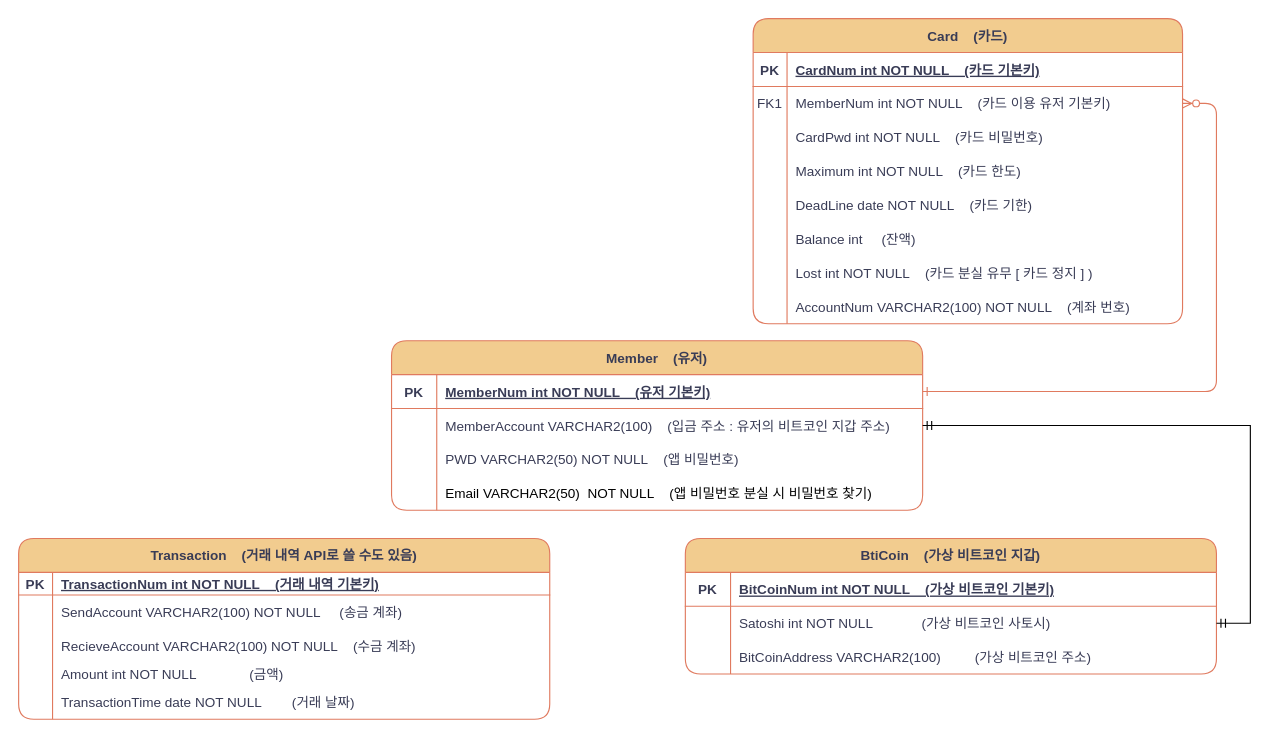
This is 제목 없는 다이어그램.drawio from jooooooowon/sinhan, a draw.io file, before an edit. Source tidied: cells renumbered, new cells numbered last; positions are measured from the earlier drawing's top-left corner, leaving out a move shared by most shapes. Both pictures are drawn from the tidied source at 113%, with x=0, y=0 at pixel (18, 18).
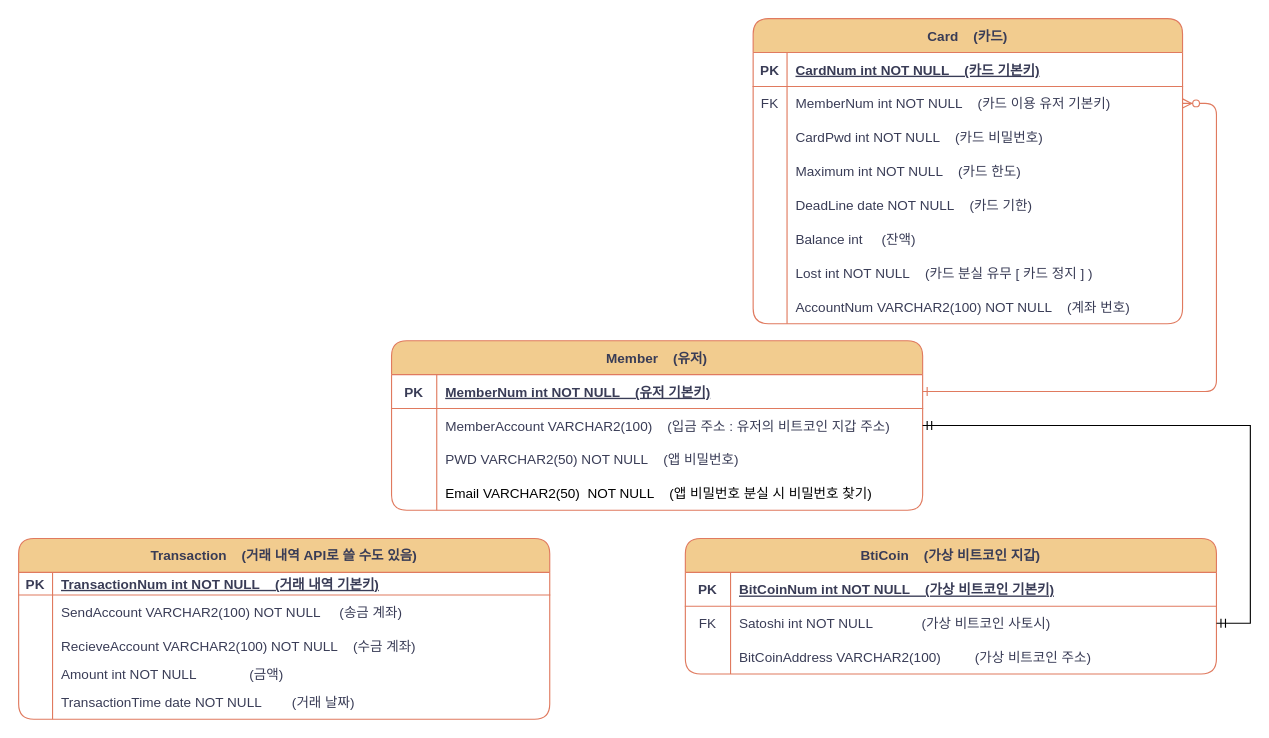
The same page after the edit.

Commit message:
신한 해커톤

The change refers to these unchanged cells:
```xml
<mxCell id="7" style="shape=partialRectangle;fillColor=none;points=[[0,0.5],[1,0.5]];portConstraint=eastwest;top=0;left=0;right=0;bottom=0;labelBackgroundColor=none;strokeColor=#E07A5F;fontColor=#393C56;rounded=1;" parent="3" vertex="1">
  <mxGeometry y="60" width="380" height="30" as="geometry" />
</mxCell>
<mxCell id="61" style="shape=tableRow;horizontal=0;startSize=0;swimlaneHead=0;swimlaneBody=0;fillColor=none;points=[[0,0.5],[1,0.5]];portConstraint=eastwest;top=0;left=0;right=0;bottom=0;labelBackgroundColor=none;strokeColor=#E07A5F;fontColor=#393C56;rounded=1;" parent="57" vertex="1">
  <mxGeometry y="60" width="470" height="30" as="geometry" />
</mxCell>
```

What changed in the source:
```diff
@@
-    <mxCell id="8" value="FK1" style="shape=partialRectangle;overflow=hidden;fillColor=none;top=0;left=0;bottom=0;right=0;labelBackgroundColor=none;strokeColor=#E07A5F;fontColor=#393C56;rounded=1;" parent="7" vertex="1">
+    <mxCell id="8" value="FK" style="shape=partialRectangle;overflow=hidden;fillColor=none;top=0;left=0;bottom=0;right=0;labelBackgroundColor=none;strokeColor=#E07A5F;fontColor=#393C56;rounded=1;" parent="7" vertex="1">
       <mxGeometry width="30" height="30" as="geometry" />
     </mxCell>
@@
-    <mxCell id="62" style="shape=partialRectangle;fillColor=none;top=0;left=0;bottom=0;right=0;overflow=hidden;labelBackgroundColor=none;strokeColor=#E07A5F;fontColor=#393C56;rounded=1;" parent="61" vertex="1">
+    <mxCell id="62" value="FK" style="shape=partialRectangle;fillColor=none;top=0;left=0;bottom=0;right=0;overflow=hidden;labelBackgroundColor=none;strokeColor=#E07A5F;fontColor=#393C56;rounded=1;" parent="61" vertex="1">
       <mxGeometry width="40" height="30" as="geometry" />
     </mxCell>
```
